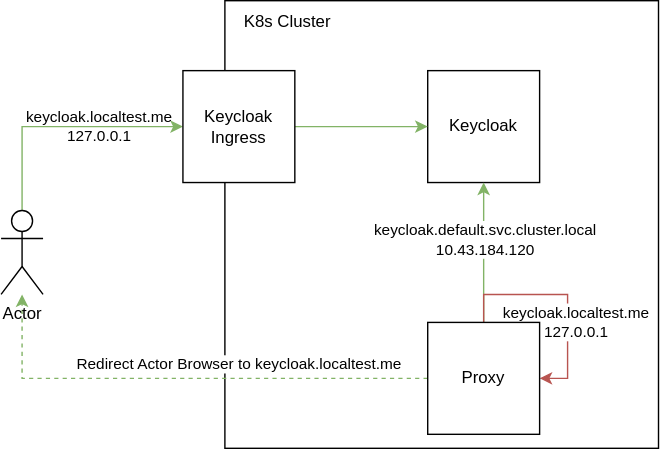
This is modules/ROOT/images/OAuth2_Proxy-LocalProblem.drawio.svg from devonfw/java, a draw.io export, as it was before one commit. Source tidied: cells renumbered, new cells last; positions are measured from the earlier drawing's top-left corner, leaving out a move shared by most shapes.
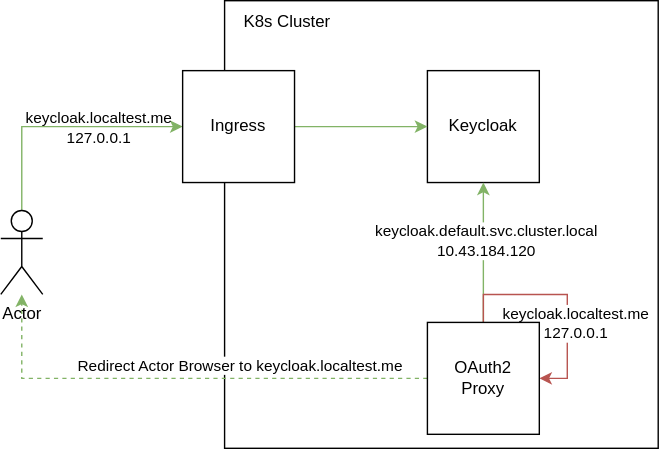
Above is the later version.

Commit message:
Added minimal configuration #31

Diff of the diagram source:
```diff
@@ -40,7 +40,7 @@
     <mxCell id="11" style="edgeStyle=orthogonalEdgeStyle;rounded=0;jettySize=auto;html=1;entryX=0;entryY=0.5;entryDx=0;entryDy=0;fillColor=#d5e8d4;strokeColor=#82b366;" parent="1" edge="1" source="12" target="3">
       <mxGeometry relative="1" as="geometry" />
     </mxCell>
-    <mxCell id="12" value="Keycloak Ingress" style="whiteSpace=wrap;html=1;" parent="1" vertex="1">
+    <mxCell id="12" value="Ingress" style="whiteSpace=wrap;html=1;" parent="1" vertex="1">
       <mxGeometry x="130" y="50" width="80" height="80" as="geometry" />
     </mxCell>
     <mxCell id="13" value="K8s Cluster" style="text;html=1;strokeColor=none;fillColor=none;align=center;verticalAlign=middle;whiteSpace=wrap;rounded=0;" parent="1" vertex="1">
@@ -54,7 +54,7 @@
         <mxPoint x="18" y="19" as="offset" />
       </mxGeometry>
     </mxCell>
-    <mxCell id="16" value="Proxy" style="whiteSpace=wrap;html=1;" parent="1" vertex="1">
+    <mxCell id="16" value="OAuth2 &lt;br&gt;Proxy" style="whiteSpace=wrap;html=1;" parent="1" vertex="1">
       <mxGeometry x="305" y="230" width="80" height="80" as="geometry" />
     </mxCell>
   </root>
```
